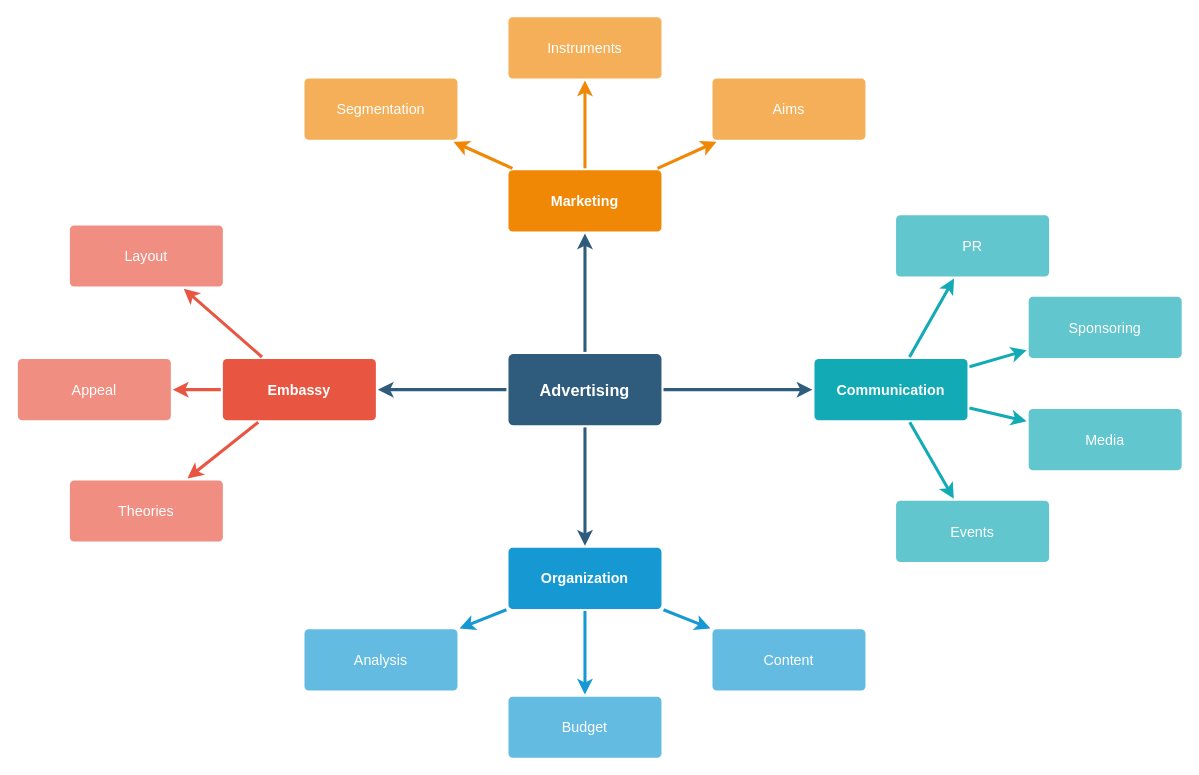
This is Untitled Diagram.drawio from JANGIRALA/awesome-metaverse, a draw.io file, before an edit. Source tidied: cells renumbered, new cells numbered last; positions are measured from the earlier drawing's top-left corner, leaving out a move shared by most shapes. Both pictures are drawn from the tidied source at 102%, with x=0, y=0 at pixel (17, 16).
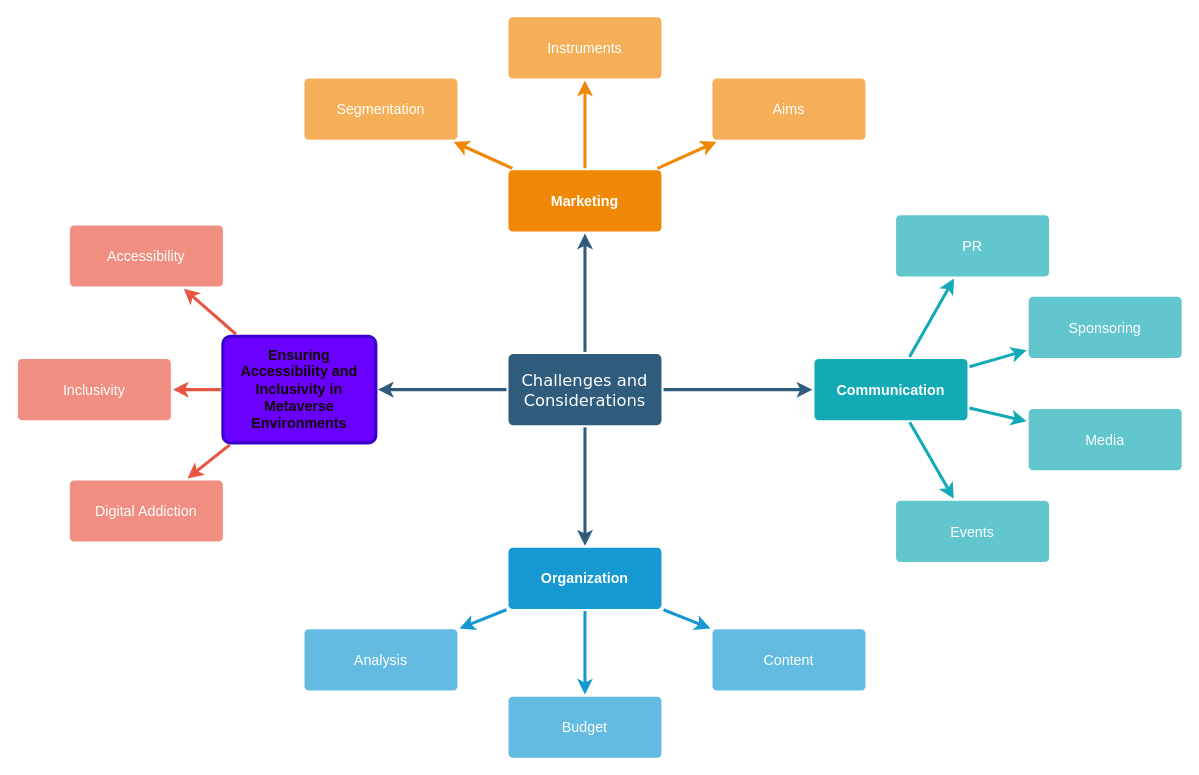
The same page after the edit.

Diff of the diagram source:
```diff
@@
-    <mxCell id="6" value="Advertising" style="rounded=1;whiteSpace=wrap;html=1;shadow=0;labelBackgroundColor=none;strokeColor=none;strokeWidth=3;fillColor=#2F5B7C;fontFamily=Helvetica;fontSize=16;fontColor=#FFFFFF;align=center;fontStyle=1;spacing=5;arcSize=7;perimeterSpacing=2;" parent="1" vertex="1">
+    <mxCell id="6" value="&lt;span style=&quot;font-weight: normal;&quot;&gt;&lt;font face=&quot;Verdana&quot;&gt;Challenges and Considerations&lt;/font&gt;&lt;/span&gt;" style="rounded=1;whiteSpace=wrap;html=1;shadow=0;labelBackgroundColor=none;strokeColor=none;strokeWidth=3;fillColor=#2F5B7C;fontFamily=Helvetica;fontSize=16;fontColor=#FFFFFF;align=center;fontStyle=1;spacing=5;arcSize=7;perimeterSpacing=2;" parent="1" vertex="1">
       <mxGeometry x="481" y="330.5" width="150" height="70" as="geometry" />
     </mxCell>
@@
-    <mxCell id="10" value="Embassy" style="rounded=1;whiteSpace=wrap;html=1;shadow=0;labelBackgroundColor=none;strokeColor=none;strokeWidth=3;fillColor=#e85642;fontFamily=Helvetica;fontSize=14;fontColor=#FFFFFF;align=center;spacing=5;fontStyle=1;arcSize=7;perimeterSpacing=2;" parent="1" vertex="1">
-      <mxGeometry x="201" y="335.5" width="150" height="60" as="geometry" />
+    <mxCell id="10" value=" Ensuring Accessibility and Inclusivity in Metaverse Environments" style="rounded=1;whiteSpace=wrap;html=1;shadow=0;labelBackgroundColor=none;strokeColor=#3700CC;strokeWidth=3;fillColor=#6a00ff;fontFamily=Helvetica;fontSize=14;fontColor=#130101;align=center;spacing=5;fontStyle=1;arcSize=7;perimeterSpacing=2;" parent="1" vertex="1">
+      <mxGeometry x="201" y="313.2" width="150" height="104.5" as="geometry" />
     </mxCell>
-    <mxCell id="11" value="Theories" style="rounded=1;whiteSpace=wrap;html=1;shadow=0;labelBackgroundColor=none;strokeColor=none;strokeWidth=3;fillColor=#f08e81;fontFamily=Helvetica;fontSize=14;fontColor=#FFFFFF;align=center;spacing=5;fontStyle=0;arcSize=7;perimeterSpacing=2;" parent="1" vertex="1">
+    <mxCell id="11" value="Digital Addiction" style="rounded=1;whiteSpace=wrap;html=1;shadow=0;labelBackgroundColor=none;strokeColor=none;strokeWidth=3;fillColor=#f08e81;fontFamily=Helvetica;fontSize=14;fontColor=#FFFFFF;align=center;spacing=5;fontStyle=0;arcSize=7;perimeterSpacing=2;" parent="1" vertex="1">
       <mxGeometry x="51" y="454.5" width="150" height="60" as="geometry" />
     </mxCell>
-    <mxCell id="12" value="Appeal" style="rounded=1;whiteSpace=wrap;html=1;shadow=0;labelBackgroundColor=none;strokeColor=none;strokeWidth=3;fillColor=#f08e81;fontFamily=Helvetica;fontSize=14;fontColor=#FFFFFF;align=center;spacing=5;fontStyle=0;arcSize=7;perimeterSpacing=2;" parent="1" vertex="1">
+    <mxCell id="12" value=" Inclusivity" style="rounded=1;whiteSpace=wrap;html=1;shadow=0;labelBackgroundColor=none;strokeColor=none;strokeWidth=3;fillColor=#f08e81;fontFamily=Helvetica;fontSize=14;fontColor=#FFFFFF;align=center;spacing=5;fontStyle=0;arcSize=7;perimeterSpacing=2;" parent="1" vertex="1">
       <mxGeometry y="335.5" width="150" height="60" as="geometry" />
     </mxCell>
-    <mxCell id="13" value="Layout" style="rounded=1;whiteSpace=wrap;html=1;shadow=0;labelBackgroundColor=none;strokeColor=none;strokeWidth=3;fillColor=#f08e81;fontFamily=Helvetica;fontSize=14;fontColor=#FFFFFF;align=center;spacing=5;fontStyle=0;arcSize=7;perimeterSpacing=2;" parent="1" vertex="1">
+    <mxCell id="13" value="Accessibility" style="rounded=1;whiteSpace=wrap;html=1;shadow=0;labelBackgroundColor=none;strokeColor=none;strokeWidth=3;fillColor=#f08e81;fontFamily=Helvetica;fontSize=14;fontColor=#FFFFFF;align=center;spacing=5;fontStyle=0;arcSize=7;perimeterSpacing=2;" parent="1" vertex="1">
       <mxGeometry x="51" y="204.5" width="150" height="60" as="geometry" />
     </mxCell>
```
